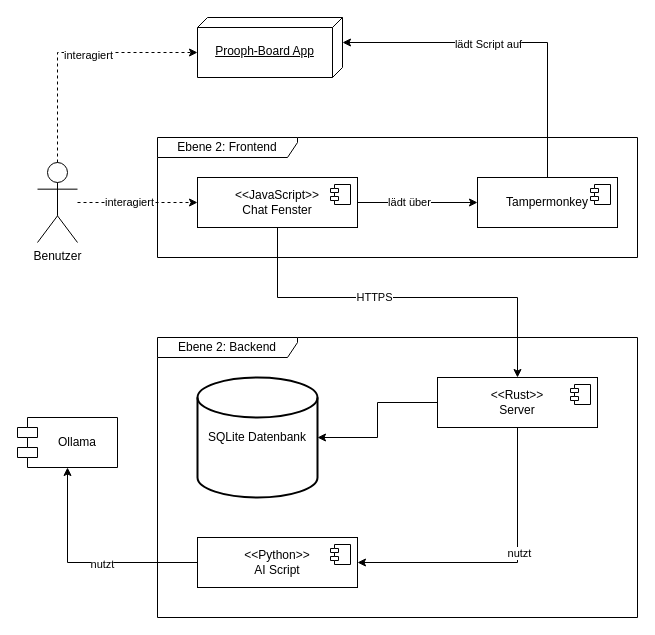
This is diagramms/Bausteinsicht2.drawio from ZesNy02/Jupiter, a draw.io file, before an edit. Source tidied: cells renumbered, new cells numbered last; positions are measured from the earlier drawing's top-left corner, leaving out a move shared by most shapes. Both pictures are drawn from the tidied source at 100%, with x=0, y=0 at pixel (17, 17).
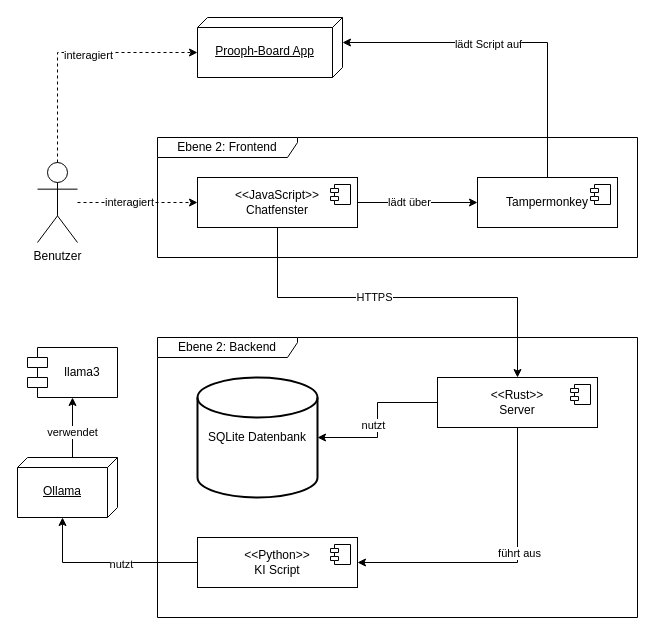
The same diagram, later.

Unchanged cells that the change refers to:
```xml
<mxCell id="26" style="endArrow=classic;html=1;rounded=0;entryX=1;entryY=0.5;entryDx=0;entryDy=0;exitX=0.5;exitY=1;exitDx=0;exitDy=0;" parent="1" edge="1" source="5" target="7">
  <mxGeometry relative="1" as="geometry">
    <Array as="points">
      <mxPoint x="500" y="545" />
    </Array>
  </mxGeometry>
</mxCell>
<mxCell id="28" style="endArrow=classic;html=1;rounded=0;entryX=1;entryY=0.5;entryDx=0;entryDy=0;exitX=0;exitY=0.5;exitDx=0;exitDy=0;entryPerimeter=0;" parent="1" edge="1" source="5" target="9">
  <mxGeometry relative="1" as="geometry">
    <Array as="points">
      <mxPoint x="360" y="385" />
      <mxPoint x="360" y="420" />
    </Array>
  </mxGeometry>
</mxCell>
```

Diff of the diagram source:
```diff
@@
-    <mxCell id="4" value="&lt;p&gt;Ollama&lt;/p&gt;" style="shape=module;align=left;spacingLeft=20;align=center;verticalAlign=middle;whiteSpace=wrap;html=1;" parent="1" vertex="1">
-      <mxGeometry y="400" width="100" height="50" as="geometry" />
-    </mxCell>
@@
-    <mxCell id="7" value="&lt;div&gt;&amp;lt;&amp;lt;Python&amp;gt;&amp;gt;&lt;/div&gt;AI Script" style="html=1;whiteSpace=wrap;" parent="1" vertex="1">
+    <mxCell id="7" value="&lt;div&gt;&amp;lt;&amp;lt;Python&amp;gt;&amp;gt;&lt;/div&gt;KI Script" style="html=1;whiteSpace=wrap;" parent="1" vertex="1">
       <mxGeometry x="180" y="520" width="160" height="50" as="geometry" />
     </mxCell>
@@
-    <mxCell id="10" value="&lt;div&gt;&amp;lt;&amp;lt;JavaScript&amp;gt;&amp;gt;&lt;/div&gt;&lt;div&gt;Chat Fenster&lt;/div&gt;" style="html=1;whiteSpace=wrap;" parent="1" vertex="1">
+    <mxCell id="10" value="&lt;div&gt;&amp;lt;&amp;lt;JavaScript&amp;gt;&amp;gt;&lt;/div&gt;&lt;div&gt;Chatfenster&lt;/div&gt;" style="html=1;whiteSpace=wrap;" parent="1" vertex="1">
       <mxGeometry x="180" y="160" width="160" height="50" as="geometry" />
     </mxCell>
@@
-    <mxCell id="27" value="nutzt" style="edgeLabel;html=1;align=center;verticalAlign=middle;" parent="26" vertex="1">
+    <mxCell id="27" value="führt aus" style="edgeLabel;html=1;align=center;verticalAlign=middle;" parent="26" vertex="1">
       <mxGeometry x="-0.15" y="1" relative="1" as="geometry" />
     </mxCell>
@@
+    <mxCell id="31" value="nutzt" style="edgeLabel;html=1;align=center;verticalAlign=middle;" parent="28" vertex="1">
+      <mxGeometry x="0.06" y="-5" relative="1" as="geometry" />
+    </mxCell>
-    <mxCell id="29" style="endArrow=classic;html=1;rounded=0;entryX=0.5;entryY=1;entryDx=0;entryDy=0;exitX=0;exitY=0.5;exitDx=0;exitDy=0;" parent="1" edge="1" source="7" target="4">
+    <mxCell id="29" style="endArrow=classic;html=1;rounded=0;entryX=0;entryY=0;entryDx=60;entryDy=55;exitX=0;exitY=0.5;exitDx=0;exitDy=0;entryPerimeter=0;" parent="1" edge="1" source="7" target="4">
       <mxGeometry relative="1" as="geometry">
         <Array as="points">
-          <mxPoint x="50" y="545" />
+          <mxPoint x="45" y="545" />
         </Array>
       </mxGeometry>
     </mxCell>
@@
+    <mxCell id="4" value="&lt;p&gt;Ollama&lt;/p&gt;" style="verticalAlign=top;align=center;spacingTop=8;spacingLeft=2;spacingRight=12;shape=cube;size=10;direction=south;fontStyle=4;html=1;whiteSpace=wrap;" parent="1" vertex="1">
+      <mxGeometry y="440" width="100" height="60" as="geometry" />
+    </mxCell>
+    <mxCell id="32" value="llama3" style="shape=module;align=left;spacingLeft=20;align=center;verticalAlign=middle;whiteSpace=wrap;html=1;" parent="1" vertex="1">
+      <mxGeometry x="10" y="330" width="90" height="50" as="geometry" />
+    </mxCell>
+    <mxCell id="33" style="endArrow=classic;html=1;rounded=0;entryX=0.5;entryY=1;entryDx=0;entryDy=0;exitX=0;exitY=0;exitDx=0;exitDy=45;exitPerimeter=0;" parent="1" edge="1" source="4" target="32">
+      <mxGeometry relative="1" as="geometry" />
+    </mxCell>
+    <mxCell id="34" value="verwendet" style="edgeLabel;html=1;align=center;verticalAlign=middle;" parent="33" vertex="1">
+      <mxGeometry x="-0.15" y="1" relative="1" as="geometry" />
+    </mxCell>
```
